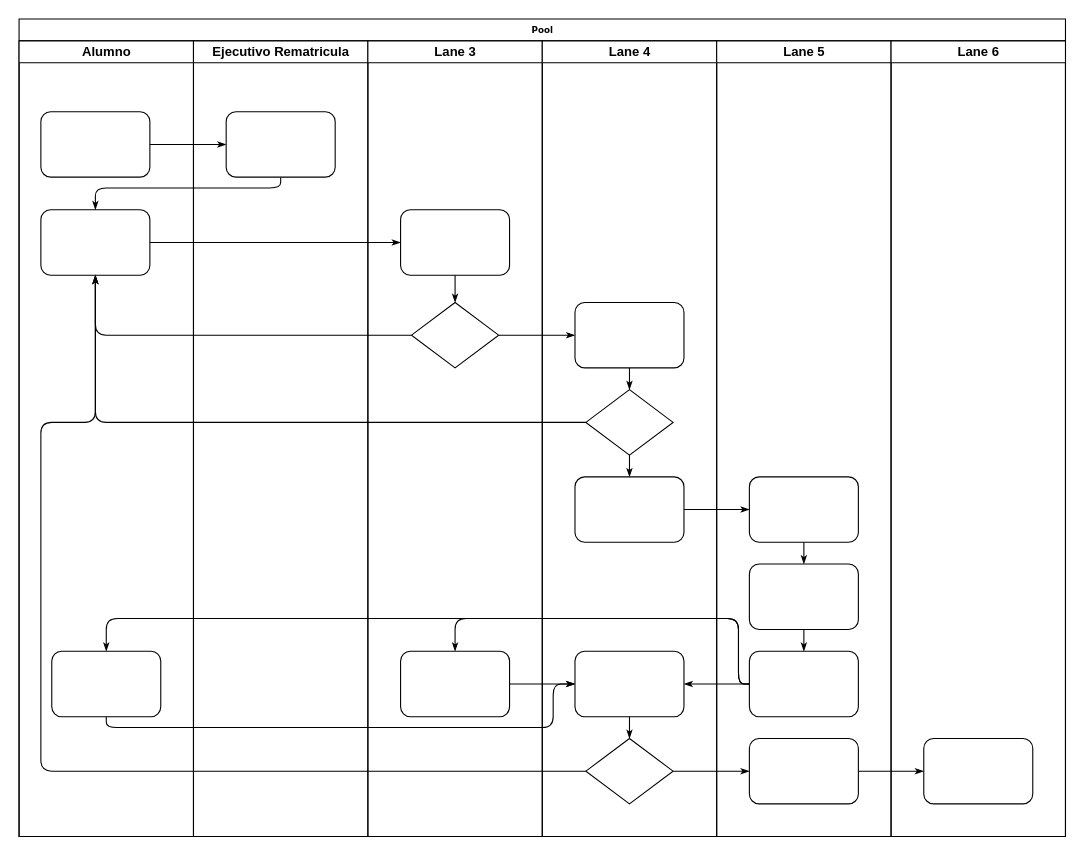
Above: Diagrama sin título.drawio in jpeduti/Uniacc-rematricula (draw.io), before the change. Source tidied: cells renumbered, new cells numbered last; positions are measured from the earlier drawing's top-left corner, leaving out a move shared by most shapes. Both pictures are drawn from the tidied source at 109%, with x=0, y=0 at pixel (19, 19).
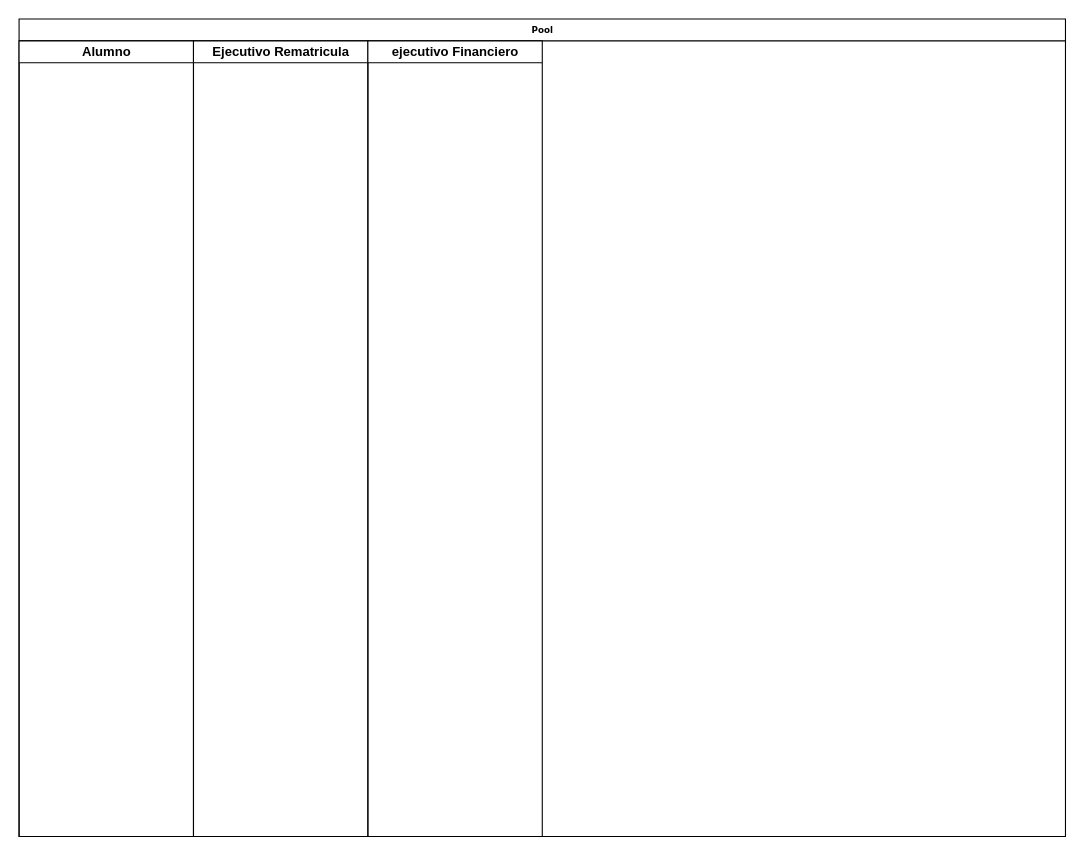
The same page after the edit.

Unchanged cells that the change refers to:
```xml
<mxCell id="2" value="Pool" style="swimlane;html=1;startSize=20;rounded=0;shadow=0;labelBackgroundColor=none;strokeWidth=1;fontFamily=Verdana;fontSize=8;align=center;" parent="1" vertex="1">
  <mxGeometry width="960" height="750" as="geometry" />
</mxCell>
<mxCell id="3" value="Alumno" style="swimlane;html=1;startSize=20;" parent="2" vertex="1">
  <mxGeometry y="20" width="160" height="730" as="geometry" />
</mxCell>
```

Change to the diagram source:
```diff
@@
-    <mxCell id="4" style="rounded=1;whiteSpace=wrap;html=1;shadow=0;labelBackgroundColor=none;strokeWidth=1;fontFamily=Verdana;fontSize=8;align=center;" parent="3" vertex="1">
-      <mxGeometry x="20" y="65" width="100" height="60" as="geometry" />
-    </mxCell>
-    <mxCell id="5" style="rounded=1;whiteSpace=wrap;html=1;shadow=0;labelBackgroundColor=none;strokeWidth=1;fontFamily=Verdana;fontSize=8;align=center;" parent="3" vertex="1">
-      <mxGeometry x="20" y="155" width="100" height="60" as="geometry" />
-    </mxCell>
-    <mxCell id="6" style="rounded=1;whiteSpace=wrap;html=1;shadow=0;labelBackgroundColor=none;strokeWidth=1;fontFamily=Verdana;fontSize=8;align=center;" parent="3" vertex="1">
-      <mxGeometry x="30" y="560" width="100" height="60" as="geometry" />
-    </mxCell>
-    <mxCell id="7" style="edgeStyle=orthogonalEdgeStyle;rounded=1;html=1;labelBackgroundColor=none;startArrow=none;startFill=0;startSize=5;endArrow=classicThin;endFill=1;endSize=5;jettySize=auto;strokeWidth=1;fontFamily=Verdana;fontSize=8;" parent="2" edge="1" source="4" target="23">
-      <mxGeometry relative="1" as="geometry" />
-    </mxCell>
-    <mxCell id="8" style="edgeStyle=orthogonalEdgeStyle;rounded=1;html=1;labelBackgroundColor=none;startArrow=none;startFill=0;startSize=5;endArrow=classicThin;endFill=1;endSize=5;jettySize=auto;strokeWidth=1;fontFamily=Verdana;fontSize=8;" parent="2" edge="1" source="23" target="5">
-      <mxGeometry relative="1" as="geometry">
-        <Array as="points">
-          <mxPoint x="240" y="155" />
-          <mxPoint x="70" y="155" />
-        </Array>
-      </mxGeometry>
-    </mxCell>
-    <mxCell id="9" style="edgeStyle=orthogonalEdgeStyle;rounded=1;html=1;labelBackgroundColor=none;startArrow=none;startFill=0;startSize=5;endArrow=classicThin;endFill=1;endSize=5;jettySize=auto;strokeWidth=1;fontFamily=Verdana;fontSize=8;" parent="2" edge="1" source="5" target="25">
-      <mxGeometry relative="1" as="geometry" />
-    </mxCell>
-    <mxCell id="10" style="edgeStyle=orthogonalEdgeStyle;rounded=1;html=1;labelBackgroundColor=none;startArrow=none;startFill=0;startSize=5;endArrow=classicThin;endFill=1;endSize=5;jettySize=auto;strokeWidth=1;fontFamily=Verdana;fontSize=8;" parent="2" edge="1" source="26" target="5">
-      <mxGeometry relative="1" as="geometry" />
-    </mxCell>
-    <mxCell id="11" style="edgeStyle=orthogonalEdgeStyle;rounded=1;html=1;labelBackgroundColor=none;startArrow=none;startFill=0;startSize=5;endArrow=classicThin;endFill=1;endSize=5;jettySize=auto;strokeWidth=1;fontFamily=Verdana;fontSize=8;" parent="2" edge="1" source="31" target="5">
-      <mxGeometry relative="1" as="geometry" />
-    </mxCell>
-    <mxCell id="12" style="edgeStyle=orthogonalEdgeStyle;rounded=1;html=1;labelBackgroundColor=none;startArrow=none;startFill=0;startSize=5;endArrow=classicThin;endFill=1;endSize=5;jettySize=auto;strokeWidth=1;fontFamily=Verdana;fontSize=8;" parent="2" edge="1" source="34" target="5">
-      <mxGeometry relative="1" as="geometry">
-        <Array as="points">
-          <mxPoint x="20" y="690" />
-          <mxPoint x="20" y="370" />
-          <mxPoint x="70" y="370" />
-        </Array>
-      </mxGeometry>
-    </mxCell>
-    <mxCell id="13" style="edgeStyle=orthogonalEdgeStyle;rounded=1;html=1;labelBackgroundColor=none;startArrow=none;startFill=0;startSize=5;endArrow=classicThin;endFill=1;endSize=5;jettySize=auto;strokeWidth=1;fontFamily=Verdana;fontSize=8;" parent="2" edge="1" source="26" target="30">
-      <mxGeometry relative="1" as="geometry" />
-    </mxCell>
-    <mxCell id="14" style="edgeStyle=orthogonalEdgeStyle;rounded=1;html=1;labelBackgroundColor=none;startArrow=none;startFill=0;startSize=5;endArrow=classicThin;endFill=1;endSize=5;jettySize=auto;strokeWidth=1;fontFamily=Verdana;fontSize=8;" parent="2" edge="1" source="34" target="42">
-      <mxGeometry relative="1" as="geometry" />
-    </mxCell>
-    <mxCell id="15" style="edgeStyle=orthogonalEdgeStyle;rounded=1;html=1;labelBackgroundColor=none;startArrow=none;startFill=0;startSize=5;endArrow=classicThin;endFill=1;endSize=5;jettySize=auto;strokeWidth=1;fontFamily=Verdana;fontSize=8;" parent="2" edge="1" source="42" target="46">
-      <mxGeometry relative="1" as="geometry" />
-    </mxCell>
-    <mxCell id="16" style="edgeStyle=orthogonalEdgeStyle;rounded=1;html=1;labelBackgroundColor=none;startArrow=none;startFill=0;startSize=5;endArrow=classicThin;endFill=1;endSize=5;jettySize=auto;strokeWidth=1;fontFamily=Verdana;fontSize=8;" parent="2" edge="1" source="32" target="39">
-      <mxGeometry relative="1" as="geometry" />
-    </mxCell>
-    <mxCell id="17" style="edgeStyle=orthogonalEdgeStyle;rounded=1;html=1;labelBackgroundColor=none;startArrow=none;startFill=0;startSize=5;endArrow=classicThin;endFill=1;endSize=5;jettySize=auto;strokeWidth=1;fontFamily=Verdana;fontSize=8;" parent="2" edge="1" source="41" target="27">
-      <mxGeometry relative="1" as="geometry">
-        <Array as="points">
-          <mxPoint x="660" y="610" />
-          <mxPoint x="660" y="550" />
-          <mxPoint x="400" y="550" />
-        </Array>
-      </mxGeometry>
-    </mxCell>
-    <mxCell id="18" style="edgeStyle=orthogonalEdgeStyle;rounded=1;html=1;labelBackgroundColor=none;startArrow=none;startFill=0;startSize=5;endArrow=classicThin;endFill=1;endSize=5;jettySize=auto;strokeColor=#000000;strokeWidth=1;fontFamily=Verdana;fontSize=8;fontColor=#000000;" parent="2" edge="1" source="41" target="33">
-      <mxGeometry relative="1" as="geometry" />
-    </mxCell>
-    <mxCell id="19" style="edgeStyle=orthogonalEdgeStyle;rounded=1;html=1;labelBackgroundColor=none;startArrow=none;startFill=0;startSize=5;endArrow=classicThin;endFill=1;endSize=5;jettySize=auto;strokeWidth=1;fontFamily=Verdana;fontSize=8;" parent="2" edge="1" source="41" target="6">
-      <mxGeometry relative="1" as="geometry">
-        <Array as="points">
-          <mxPoint x="660" y="610" />
-          <mxPoint x="660" y="550" />
-          <mxPoint x="80" y="550" />
-        </Array>
-      </mxGeometry>
-    </mxCell>
-    <mxCell id="20" style="edgeStyle=orthogonalEdgeStyle;rounded=1;html=1;labelBackgroundColor=none;startArrow=none;startFill=0;startSize=5;endArrow=classicThin;endFill=1;endSize=5;jettySize=auto;strokeWidth=1;fontFamily=Verdana;fontSize=8;" parent="2" edge="1" source="6" target="33">
-      <mxGeometry relative="1" as="geometry">
-        <Array as="points">
-          <mxPoint x="80" y="650" />
-          <mxPoint x="490" y="650" />
-          <mxPoint x="490" y="610" />
-        </Array>
-      </mxGeometry>
-    </mxCell>
-    <mxCell id="21" style="edgeStyle=orthogonalEdgeStyle;rounded=1;html=1;labelBackgroundColor=none;startArrow=none;startFill=0;startSize=5;endArrow=classicThin;endFill=1;endSize=5;jettySize=auto;strokeWidth=1;fontFamily=Verdana;fontSize=8;" parent="2" edge="1" source="27" target="33">
-      <mxGeometry relative="1" as="geometry" />
-    </mxCell>
-    <mxCell id="22" value="Ejecutivo Rematricula" style="swimlane;html=1;startSize=20;" parent="2" vertex="1">
-      <mxGeometry x="160" y="20" width="160" height="730" as="geometry" />
-    </mxCell>
-    <mxCell id="23" style="rounded=1;whiteSpace=wrap;html=1;shadow=0;labelBackgroundColor=none;strokeWidth=1;fontFamily=Verdana;fontSize=8;align=center;" parent="22" vertex="1">
-      <mxGeometry x="30" y="65" width="100" height="60" as="geometry" />
-    </mxCell>
-    <mxCell id="24" value="Lane 3" style="swimlane;html=1;startSize=20;" parent="2" vertex="1">
-      <mxGeometry x="320" y="20" width="160" height="730" as="geometry" />
+    <mxCell id="24" value="Ejecutivo Rematricula" style="swimlane;html=1;startSize=20;" parent="2" vertex="1">
+      <mxGeometry x="160" y="20" width="160" height="730" as="geometry" />
     </mxCell>
-    <mxCell id="25" style="rounded=1;whiteSpace=wrap;html=1;shadow=0;labelBackgroundColor=none;strokeWidth=1;fontFamily=Verdana;fontSize=8;align=center;" parent="24" vertex="1">
-      <mxGeometry x="30" y="155" width="100" height="60" as="geometry" />
-    </mxCell>
-    <mxCell id="26" style="rhombus;whiteSpace=wrap;html=1;rounded=0;shadow=0;labelBackgroundColor=none;strokeWidth=1;fontFamily=Verdana;fontSize=8;align=center;" parent="24" vertex="1">
-      <mxGeometry x="40" y="240" width="80" height="60" as="geometry" />
-    </mxCell>
-    <mxCell id="27" style="rounded=1;whiteSpace=wrap;html=1;shadow=0;labelBackgroundColor=none;strokeWidth=1;fontFamily=Verdana;fontSize=8;align=center;" parent="24" vertex="1">
-      <mxGeometry x="30" y="560" width="100" height="60" as="geometry" />
-    </mxCell>
-    <mxCell id="28" style="edgeStyle=orthogonalEdgeStyle;rounded=1;html=1;labelBackgroundColor=none;startArrow=none;startFill=0;startSize=5;endArrow=classicThin;endFill=1;endSize=5;jettySize=auto;strokeWidth=1;fontFamily=Verdana;fontSize=8;" parent="24" edge="1" source="25" target="26">
-      <mxGeometry relative="1" as="geometry" />
-    </mxCell>
-    <mxCell id="29" value="Lane 4" style="swimlane;html=1;startSize=20;" parent="2" vertex="1">
-      <mxGeometry x="480" y="20" width="160" height="730" as="geometry" />
+    <mxCell id="29" value="ejecutivo Financiero" style="swimlane;html=1;startSize=20;" parent="2" vertex="1">
+      <mxGeometry x="320" y="20" width="160" height="730" as="geometry" />
     </mxCell>
-    <mxCell id="30" style="rounded=1;whiteSpace=wrap;html=1;shadow=0;labelBackgroundColor=none;strokeWidth=1;fontFamily=Verdana;fontSize=8;align=center;" parent="29" vertex="1">
-      <mxGeometry x="30" y="240" width="100" height="60" as="geometry" />
-    </mxCell>
-    <mxCell id="31" style="rhombus;whiteSpace=wrap;html=1;rounded=0;shadow=0;labelBackgroundColor=none;strokeWidth=1;fontFamily=Verdana;fontSize=8;align=center;" parent="29" vertex="1">
-      <mxGeometry x="40" y="320" width="80" height="60" as="geometry" />
-    </mxCell>
-    <mxCell id="32" style="rounded=1;whiteSpace=wrap;html=1;shadow=0;labelBackgroundColor=none;strokeWidth=1;fontFamily=Verdana;fontSize=8;align=center;" parent="29" vertex="1">
-      <mxGeometry x="30" y="400" width="100" height="60" as="geometry" />
-    </mxCell>
-    <mxCell id="33" style="rounded=1;whiteSpace=wrap;html=1;shadow=0;labelBackgroundColor=none;strokeWidth=1;fontFamily=Verdana;fontSize=8;align=center;" parent="29" vertex="1">
-      <mxGeometry x="30" y="560" width="100" height="60" as="geometry" />
-    </mxCell>
-    <mxCell id="34" style="rhombus;whiteSpace=wrap;html=1;rounded=0;shadow=0;labelBackgroundColor=none;strokeWidth=1;fontFamily=Verdana;fontSize=8;align=center;" parent="29" vertex="1">
-      <mxGeometry x="40" y="640" width="80" height="60" as="geometry" />
-    </mxCell>
-    <mxCell id="35" style="edgeStyle=orthogonalEdgeStyle;rounded=1;html=1;labelBackgroundColor=none;startArrow=none;startFill=0;startSize=5;endArrow=classicThin;endFill=1;endSize=5;jettySize=auto;strokeColor=#000000;strokeWidth=1;fontFamily=Verdana;fontSize=8;fontColor=#000000;" parent="29" edge="1" source="30" target="31">
-      <mxGeometry relative="1" as="geometry" />
-    </mxCell>
-    <mxCell id="36" style="edgeStyle=orthogonalEdgeStyle;rounded=1;html=1;labelBackgroundColor=none;startArrow=none;startFill=0;startSize=5;endArrow=classicThin;endFill=1;endSize=5;jettySize=auto;strokeWidth=1;fontFamily=Verdana;fontSize=8;" parent="29" edge="1" source="31" target="32">
-      <mxGeometry relative="1" as="geometry" />
-    </mxCell>
-    <mxCell id="37" style="edgeStyle=orthogonalEdgeStyle;rounded=1;html=1;labelBackgroundColor=none;startArrow=none;startFill=0;startSize=5;endArrow=classicThin;endFill=1;endSize=5;jettySize=auto;strokeWidth=1;fontFamily=Verdana;fontSize=8;" parent="29" edge="1" source="33" target="34">
-      <mxGeometry relative="1" as="geometry" />
-    </mxCell>
-    <mxCell id="38" value="Lane 5" style="swimlane;html=1;startSize=20;" parent="2" vertex="1">
-      <mxGeometry x="640" y="20" width="160" height="730" as="geometry" />
-    </mxCell>
-    <mxCell id="39" style="rounded=1;whiteSpace=wrap;html=1;shadow=0;labelBackgroundColor=none;strokeWidth=1;fontFamily=Verdana;fontSize=8;align=center;" parent="38" vertex="1">
-      <mxGeometry x="30" y="400" width="100" height="60" as="geometry" />
-    </mxCell>
-    <mxCell id="40" style="rounded=1;whiteSpace=wrap;html=1;shadow=0;labelBackgroundColor=none;strokeWidth=1;fontFamily=Verdana;fontSize=8;align=center;" parent="38" vertex="1">
-      <mxGeometry x="30" y="480" width="100" height="60" as="geometry" />
-    </mxCell>
-    <mxCell id="41" style="rounded=1;whiteSpace=wrap;html=1;shadow=0;labelBackgroundColor=none;strokeWidth=1;fontFamily=Verdana;fontSize=8;align=center;" parent="38" vertex="1">
-      <mxGeometry x="30" y="560" width="100" height="60" as="geometry" />
-    </mxCell>
-    <mxCell id="42" style="rounded=1;whiteSpace=wrap;html=1;shadow=0;labelBackgroundColor=none;strokeWidth=1;fontFamily=Verdana;fontSize=8;align=center;" parent="38" vertex="1">
-      <mxGeometry x="30" y="640" width="100" height="60" as="geometry" />
-    </mxCell>
-    <mxCell id="43" style="edgeStyle=orthogonalEdgeStyle;rounded=1;html=1;labelBackgroundColor=none;startArrow=none;startFill=0;startSize=5;endArrow=classicThin;endFill=1;endSize=5;jettySize=auto;strokeWidth=1;fontFamily=Verdana;fontSize=8;" parent="38" edge="1" source="39" target="40">
-      <mxGeometry relative="1" as="geometry" />
-    </mxCell>
-    <mxCell id="44" style="edgeStyle=orthogonalEdgeStyle;rounded=1;html=1;labelBackgroundColor=none;startArrow=none;startFill=0;startSize=5;endArrow=classicThin;endFill=1;endSize=5;jettySize=auto;strokeWidth=1;fontFamily=Verdana;fontSize=8;" parent="38" edge="1" source="40" target="41">
-      <mxGeometry relative="1" as="geometry" />
-    </mxCell>
-    <mxCell id="45" value="Lane 6" style="swimlane;html=1;startSize=20;" parent="2" vertex="1">
-      <mxGeometry x="800" y="20" width="160" height="730" as="geometry" />
-    </mxCell>
-    <mxCell id="46" style="rounded=1;whiteSpace=wrap;html=1;shadow=0;labelBackgroundColor=none;strokeWidth=1;fontFamily=Verdana;fontSize=8;align=center;" parent="45" vertex="1">
-      <mxGeometry x="30" y="640" width="100" height="60" as="geometry" />
-    </mxCell>
```
